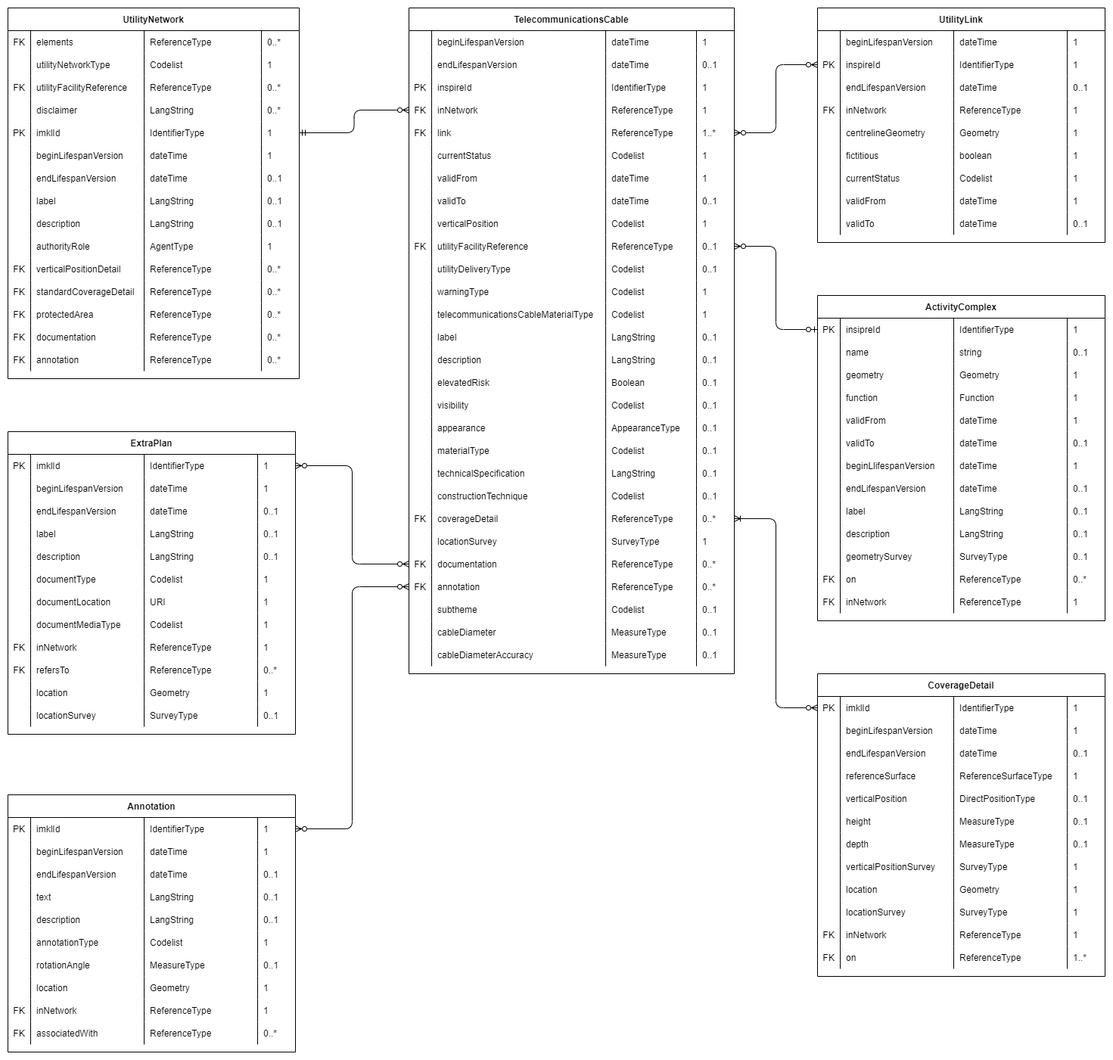
This is implementation/Documentation/ERD/IMKL3 TelecommunicationsCable.png from belgif/ICEGthema-imkl, a draw.io export, as it was before one commit. Source tidied: cells renumbered, new cells last; positions are measured from the earlier drawing's top-left corner, leaving out a move shared by most shapes.
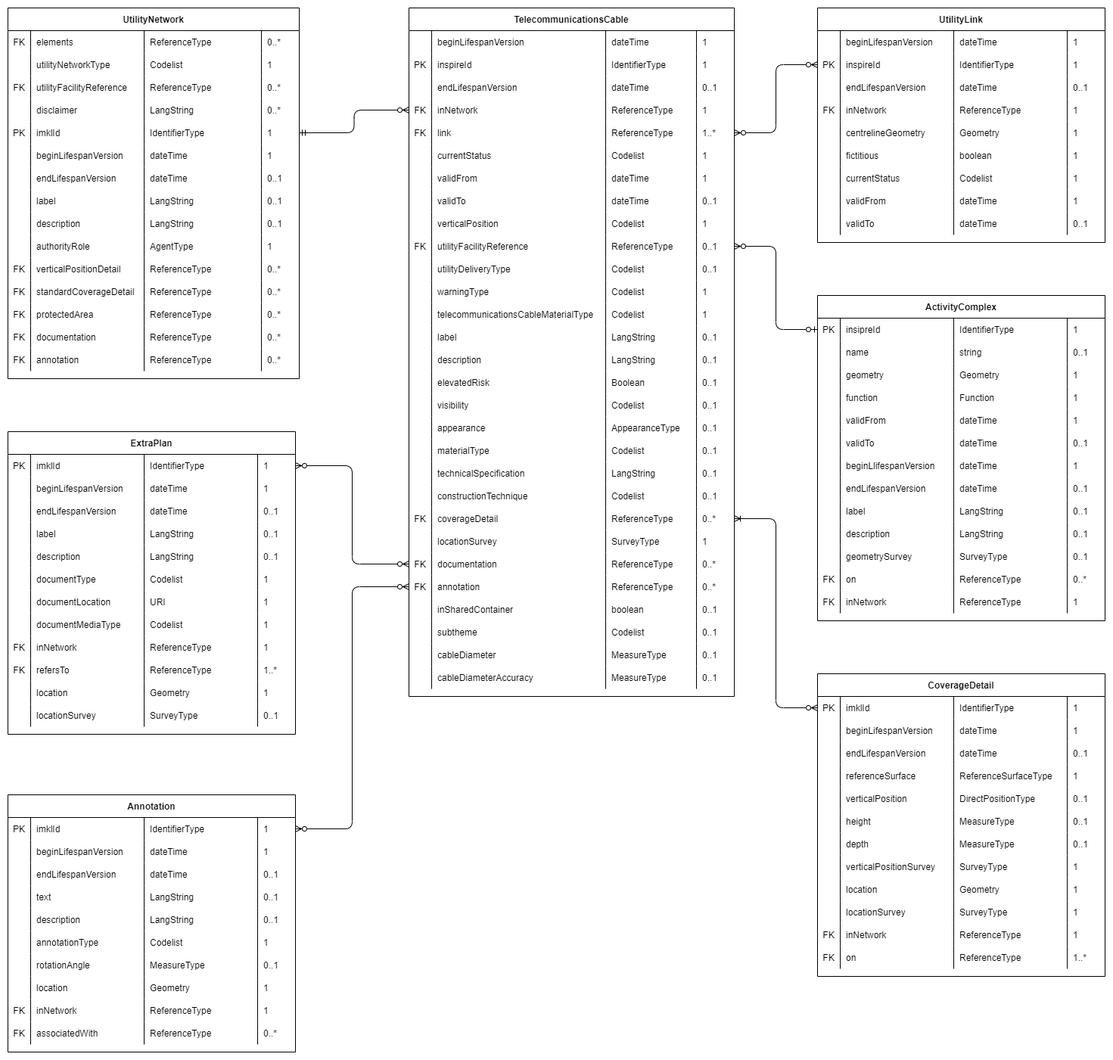
The same file after the commit.

What changed in the source:
```diff
@@ -3,7 +3,7 @@
     <mxCell id="0" />
     <mxCell id="1" parent="0" />
     <mxCell id="2" value="TelecommunicationsCable" style="shape=table;startSize=30;rowLines=0;fontStyle=1;align=center;" parent="1" vertex="1">
-      <mxGeometry x="530" width="430" height="880" as="geometry" />
+      <mxGeometry x="530" width="430" height="910" as="geometry" />
     </mxCell>
     <mxCell id="3" style="shape=tableRow;horizontal=0;startSize=0;swimlaneHead=0;swimlaneBody=0;fillColor=none;top=0;left=0;right=0;bottom=0;" parent="2" vertex="1">
       <mxGeometry y="30" width="430" height="30" as="geometry" />
@@ -20,8 +20,23 @@
     <mxCell id="7" value="1" style="shape=partialRectangle;fillColor=none;top=0;left=0;bottom=0;right=0;align=left;spacingLeft=6;overflow=hidden;" parent="3" vertex="1">
       <mxGeometry x="380" width="50" height="30" as="geometry" />
     </mxCell>
+    <mxCell id="510" style="shape=tableRow;horizontal=0;startSize=0;swimlaneHead=0;swimlaneBody=0;fillColor=none;top=0;left=0;right=0;bottom=0;" parent="2" vertex="1">
+      <mxGeometry y="60" width="430" height="30" as="geometry" />
+    </mxCell>
+    <mxCell id="14" value="PK" style="shape=partialRectangle;fillColor=none;top=0;left=0;bottom=0;right=0;overflow=hidden;" parent="510" vertex="1">
+      <mxGeometry width="30" height="30" as="geometry" />
+    </mxCell>
+    <mxCell id="15" value="inspireId" style="shape=partialRectangle;fillColor=none;top=0;left=0;bottom=0;right=0;align=left;spacingLeft=6;overflow=hidden;" parent="510" vertex="1">
+      <mxGeometry x="30" width="230" height="30" as="geometry" />
+    </mxCell>
+    <mxCell id="16" value="IdentifierType" style="shape=partialRectangle;fillColor=none;top=0;left=0;bottom=0;right=0;align=left;spacingLeft=6;overflow=hidden;" parent="510" vertex="1">
+      <mxGeometry x="260" width="120" height="30" as="geometry" />
+    </mxCell>
+    <mxCell id="17" value="1" style="shape=partialRectangle;fillColor=none;top=0;left=0;bottom=0;right=0;align=left;spacingLeft=6;overflow=hidden;" parent="510" vertex="1">
+      <mxGeometry x="380" width="50" height="30" as="geometry" />
+    </mxCell>
     <mxCell id="8" style="shape=tableRow;horizontal=0;startSize=0;swimlaneHead=0;swimlaneBody=0;fillColor=none;top=0;left=0;right=0;bottom=0;" parent="2" vertex="1">
-      <mxGeometry y="60" width="430" height="30" as="geometry" />
+      <mxGeometry y="90" width="430" height="30" as="geometry" />
     </mxCell>
     <mxCell id="9" style="shape=partialRectangle;fillColor=none;top=0;left=0;bottom=0;right=0;overflow=hidden;" parent="8" vertex="1">
       <mxGeometry width="30" height="30" as="geometry" />
@@ -35,21 +50,6 @@
     <mxCell id="12" value="0..1" style="shape=partialRectangle;fillColor=none;top=0;left=0;bottom=0;right=0;align=left;spacingLeft=6;overflow=hidden;" parent="8" vertex="1">
       <mxGeometry x="380" width="50" height="30" as="geometry" />
     </mxCell>
-    <mxCell id="13" style="shape=tableRow;horizontal=0;startSize=0;swimlaneHead=0;swimlaneBody=0;fillColor=none;top=0;left=0;right=0;bottom=0;" parent="2" vertex="1">
-      <mxGeometry y="90" width="430" height="30" as="geometry" />
-    </mxCell>
-    <mxCell id="14" value="PK" style="shape=partialRectangle;fillColor=none;top=0;left=0;bottom=0;right=0;overflow=hidden;" parent="13" vertex="1">
-      <mxGeometry width="30" height="30" as="geometry" />
-    </mxCell>
-    <mxCell id="15" value="inspireId" style="shape=partialRectangle;fillColor=none;top=0;left=0;bottom=0;right=0;align=left;spacingLeft=6;overflow=hidden;" parent="13" vertex="1">
-      <mxGeometry x="30" width="230" height="30" as="geometry" />
-    </mxCell>
-    <mxCell id="16" value="IdentifierType" style="shape=partialRectangle;fillColor=none;top=0;left=0;bottom=0;right=0;align=left;spacingLeft=6;overflow=hidden;" parent="13" vertex="1">
-      <mxGeometry x="260" width="120" height="30" as="geometry" />
-    </mxCell>
-    <mxCell id="17" value="1" style="shape=partialRectangle;fillColor=none;top=0;left=0;bottom=0;right=0;align=left;spacingLeft=6;overflow=hidden;" parent="13" vertex="1">
-      <mxGeometry x="380" width="50" height="30" as="geometry" />
-    </mxCell>
     <mxCell id="18" style="shape=tableRow;horizontal=0;startSize=0;swimlaneHead=0;swimlaneBody=0;fillColor=none;points=[[0,0.5],[1,0.5]];portConstraint=eastwest;top=0;left=0;right=0;bottom=0;" parent="2" vertex="1">
       <mxGeometry y="120" width="430" height="30" as="geometry" />
     </mxCell>
@@ -380,8 +380,23 @@
     <mxCell id="127" value="0..*" style="shape=partialRectangle;fillColor=none;top=0;left=0;bottom=0;right=0;align=left;spacingLeft=6;overflow=hidden;" parent="123" vertex="1">
       <mxGeometry x="380" width="50" height="30" as="geometry" />
     </mxCell>
+    <mxCell id="511" style="shape=tableRow;horizontal=0;startSize=0;swimlaneHead=0;swimlaneBody=0;fillColor=none;top=0;left=0;right=0;bottom=0;" parent="2" vertex="1">
+      <mxGeometry y="780" width="430" height="30" as="geometry" />
+    </mxCell>
+    <mxCell id="512" style="shape=partialRectangle;fillColor=none;top=0;left=0;bottom=0;right=0;overflow=hidden;" parent="511" vertex="1">
+      <mxGeometry width="30" height="30" as="geometry" />
+    </mxCell>
+    <mxCell id="513" value="inSharedContainer" style="shape=partialRectangle;fillColor=none;top=0;left=0;bottom=0;right=0;align=left;spacingLeft=6;overflow=hidden;" parent="511" vertex="1">
+      <mxGeometry x="30" width="230" height="30" as="geometry" />
+    </mxCell>
+    <mxCell id="514" value="boolean" style="shape=partialRectangle;fillColor=none;top=0;left=0;bottom=0;right=0;align=left;spacingLeft=6;overflow=hidden;" parent="511" vertex="1">
+      <mxGeometry x="260" width="120" height="30" as="geometry" />
+    </mxCell>
+    <mxCell id="515" value="0..1" style="shape=partialRectangle;fillColor=none;top=0;left=0;bottom=0;right=0;align=left;spacingLeft=6;overflow=hidden;" parent="511" vertex="1">
+      <mxGeometry x="380" width="50" height="30" as="geometry" />
+    </mxCell>
     <mxCell id="128" style="shape=tableRow;horizontal=0;startSize=0;swimlaneHead=0;swimlaneBody=0;fillColor=none;top=0;left=0;right=0;bottom=0;" parent="2" vertex="1">
-      <mxGeometry y="780" width="430" height="30" as="geometry" />
+      <mxGeometry y="810" width="430" height="30" as="geometry" />
     </mxCell>
     <mxCell id="129" style="shape=partialRectangle;fillColor=none;top=0;left=0;bottom=0;right=0;overflow=hidden;" parent="128" vertex="1">
       <mxGeometry width="30" height="30" as="geometry" />
@@ -396,7 +411,7 @@
       <mxGeometry x="380" width="50" height="30" as="geometry" />
     </mxCell>
     <mxCell id="133" style="shape=tableRow;horizontal=0;startSize=0;swimlaneHead=0;swimlaneBody=0;fillColor=none;top=0;left=0;right=0;bottom=0;" parent="2" vertex="1">
-      <mxGeometry y="810" width="430" height="30" as="geometry" />
+      <mxGeometry y="840" width="430" height="30" as="geometry" />
     </mxCell>
     <mxCell id="134" style="shape=partialRectangle;fillColor=none;top=0;left=0;bottom=0;right=0;overflow=hidden;" parent="133" vertex="1">
       <mxGeometry width="30" height="30" as="geometry" />
@@ -411,7 +426,7 @@
       <mxGeometry x="380" width="50" height="30" as="geometry" />
     </mxCell>
     <mxCell id="138" style="shape=tableRow;horizontal=0;startSize=0;swimlaneHead=0;swimlaneBody=0;fillColor=none;top=0;left=0;right=0;bottom=0;" parent="2" vertex="1">
-      <mxGeometry y="840" width="430" height="30" as="geometry" />
+      <mxGeometry y="870" width="430" height="30" as="geometry" />
     </mxCell>
     <mxCell id="139" style="shape=partialRectangle;fillColor=none;top=0;left=0;bottom=0;right=0;overflow=hidden;" parent="138" vertex="1">
       <mxGeometry width="30" height="30" as="geometry" />
@@ -1322,7 +1337,7 @@
     <mxCell id="441" value="ReferenceType" style="shape=partialRectangle;fillColor=none;top=0;left=0;bottom=0;right=0;align=left;spacingLeft=6;overflow=hidden;" parent="438" vertex="1">
       <mxGeometry x="180" width="150" height="30" as="geometry" />
     </mxCell>
-    <mxCell id="442" value="0..*" style="shape=partialRectangle;fillColor=none;top=0;left=0;bottom=0;right=0;align=left;spacingLeft=6;overflow=hidden;" parent="438" vertex="1">
+    <mxCell id="442" value="1..*" style="shape=partialRectangle;fillColor=none;top=0;left=0;bottom=0;right=0;align=left;spacingLeft=6;overflow=hidden;" parent="438" vertex="1">
       <mxGeometry x="330" width="50" height="30" as="geometry" />
     </mxCell>
     <mxCell id="443" style="shape=tableRow;horizontal=0;startSize=0;swimlaneHead=0;swimlaneBody=0;fillColor=none;top=0;left=0;right=0;bottom=0;" parent="392" vertex="1">
```
